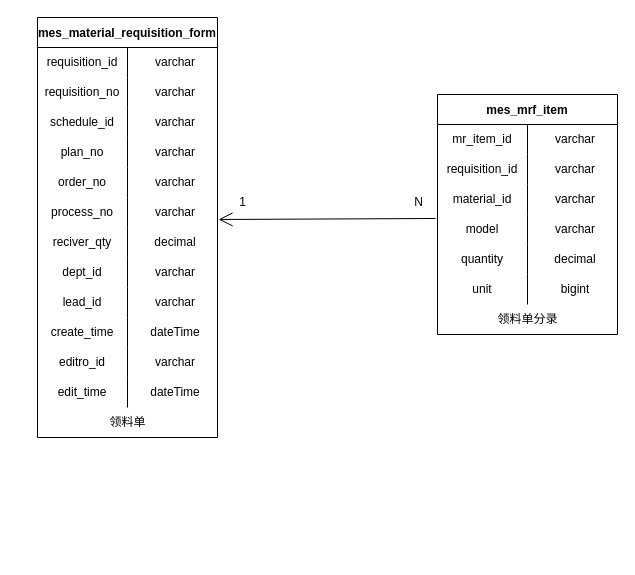
Earlier version of the draw.io diagram page "领料单管理" (3 of 6) of 数据表.drawio (KNAI-I/test). Source tidied: cells renumbered, new cells numbered last; positions are measured from the earlier drawing's top-left corner, leaving out a move shared by most shapes. Both pictures are drawn from the tidied source at 100%, with x=0, y=0 at pixel (37, 17).
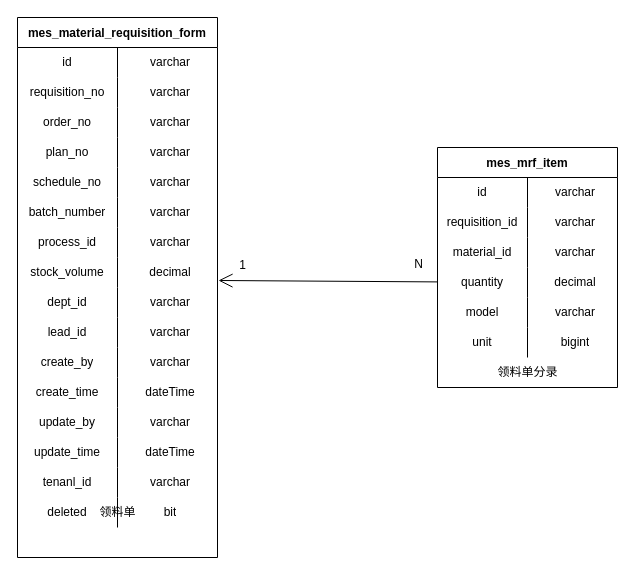
Above is the later version.

Unchanged cells that the change refers to:
```xml
<mxCell id="41" style="shape=tableRow;horizontal=0;startSize=0;swimlaneHead=0;swimlaneBody=0;top=0;left=0;bottom=0;right=0;fillColor=none;" parent="40" vertex="1">
  <mxGeometry y="30" width="180" height="30" as="geometry" />
</mxCell>
```

Diff of the diagram source:
```diff
@@
     <mxCell id="2" value="mes_material_requisition_form" style="shape=table;startSize=30;childLayout=tableLayout;rowLines=0;fontStyle=1;" parent="1" vertex="1">
-      <mxGeometry width="180" height="420" as="geometry" />
+      <mxGeometry x="-20" width="200" height="540" as="geometry" />
     </mxCell>
     <mxCell id="3" style="shape=tableRow;horizontal=0;startSize=0;swimlaneHead=0;swimlaneBody=0;top=0;left=0;bottom=0;right=0;fillColor=none;align=center;" parent="2" vertex="1">
-      <mxGeometry y="30" width="180" height="30" as="geometry" />
+      <mxGeometry y="30" width="200" height="30" as="geometry" />
     </mxCell>
-    <mxCell id="4" value="requisition_id" style="shape=partialRectangle;html=1;whiteSpace=wrap;fillColor=none;top=0;left=0;bottom=0;right=0;overflow=hidden;" parent="3" vertex="1">
-      <mxGeometry width="90" height="30" as="geometry" />
+    <mxCell id="4" value="id" style="shape=partialRectangle;html=1;whiteSpace=wrap;fillColor=none;top=0;left=0;bottom=0;right=0;overflow=hidden;" parent="3" vertex="1">
+      <mxGeometry width="100" height="30" as="geometry" />
     </mxCell>
     <mxCell id="5" value="varchar" style="shape=partialRectangle;html=1;whiteSpace=wrap;fillColor=none;top=0;left=0;bottom=0;right=0;align=center;spacingLeft=6;overflow=hidden;" parent="3" vertex="1">
-      <mxGeometry x="90" width="90" height="30" as="geometry" />
+      <mxGeometry x="100" width="100" height="30" as="geometry" />
     </mxCell>
     <mxCell id="6" style="shape=tableRow;horizontal=0;startSize=0;swimlaneHead=0;swimlaneBody=0;top=0;left=0;bottom=0;right=0;fillColor=none;" parent="2" vertex="1">
-      <mxGeometry y="60" width="180" height="30" as="geometry" />
+      <mxGeometry y="60" width="200" height="30" as="geometry" />
     </mxCell>
     <mxCell id="7" value="requisition_no" style="shape=partialRectangle;html=1;whiteSpace=wrap;fillColor=none;top=0;left=0;bottom=0;right=0;overflow=hidden;" parent="6" vertex="1">
-      <mxGeometry width="90" height="30" as="geometry" />
+      <mxGeometry width="100" height="30" as="geometry" />
     </mxCell>
     <mxCell id="8" value="varchar" style="shape=partialRectangle;html=1;whiteSpace=wrap;fillColor=none;top=0;left=0;bottom=0;right=0;align=center;spacingLeft=6;overflow=hidden;" parent="6" vertex="1">
-      <mxGeometry x="90" width="90" height="30" as="geometry" />
+      <mxGeometry x="100" width="100" height="30" as="geometry" />
     </mxCell>
+    <mxCell id="15" style="shape=tableRow;horizontal=0;startSize=0;swimlaneHead=0;swimlaneBody=0;top=0;left=0;bottom=0;right=0;fillColor=none;" parent="2" vertex="1">
+      <mxGeometry y="90" width="200" height="30" as="geometry" />
+    </mxCell>
+    <mxCell id="16" value="order_no" style="shape=partialRectangle;html=1;whiteSpace=wrap;fillColor=none;top=0;left=0;bottom=0;right=0;overflow=hidden;" parent="15" vertex="1">
+      <mxGeometry width="100" height="30" as="geometry" />
+    </mxCell>
+    <mxCell id="17" value="varchar" style="shape=partialRectangle;html=1;whiteSpace=wrap;fillColor=none;top=0;left=0;bottom=0;right=0;align=center;spacingLeft=6;overflow=hidden;" parent="15" vertex="1">
+      <mxGeometry x="100" width="100" height="30" as="geometry" />
+    </mxCell>
+    <mxCell id="12" style="shape=tableRow;horizontal=0;startSize=0;swimlaneHead=0;swimlaneBody=0;top=0;left=0;bottom=0;right=0;fillColor=none;" parent="2" vertex="1">
+      <mxGeometry y="120" width="200" height="30" as="geometry" />
+    </mxCell>
+    <mxCell id="13" value="plan_no" style="shape=partialRectangle;html=1;whiteSpace=wrap;fillColor=none;top=0;left=0;bottom=0;right=0;overflow=hidden;" parent="12" vertex="1">
+      <mxGeometry width="100" height="30" as="geometry" />
+    </mxCell>
+    <mxCell id="14" value="varchar" style="shape=partialRectangle;html=1;whiteSpace=wrap;fillColor=none;top=0;left=0;bottom=0;right=0;align=center;spacingLeft=6;overflow=hidden;" parent="12" vertex="1">
+      <mxGeometry x="100" width="100" height="30" as="geometry" />
+    </mxCell>
     <mxCell id="9" style="shape=tableRow;horizontal=0;startSize=0;swimlaneHead=0;swimlaneBody=0;top=0;left=0;bottom=0;right=0;fillColor=none;" parent="2" vertex="1">
-      <mxGeometry y="90" width="180" height="30" as="geometry" />
+      <mxGeometry y="150" width="200" height="30" as="geometry" />
     </mxCell>
-    <mxCell id="10" value="schedule_id" style="shape=partialRectangle;html=1;whiteSpace=wrap;fillColor=none;top=0;left=0;bottom=0;right=0;overflow=hidden;" parent="9" vertex="1">
-      <mxGeometry width="90" height="30" as="geometry" />
+    <mxCell id="10" value="schedule_no" style="shape=partialRectangle;html=1;whiteSpace=wrap;fillColor=none;top=0;left=0;bottom=0;right=0;overflow=hidden;" parent="9" vertex="1">
+      <mxGeometry width="100" height="30" as="geometry" />
     </mxCell>
     <mxCell id="11" value="varchar" style="shape=partialRectangle;html=1;whiteSpace=wrap;fillColor=none;top=0;left=0;bottom=0;right=0;align=center;spacingLeft=6;overflow=hidden;" parent="9" vertex="1">
-      <mxGeometry x="90" width="90" height="30" as="geometry" />
+      <mxGeometry x="100" width="100" height="30" as="geometry" />
     </mxCell>
-    <mxCell id="12" style="shape=tableRow;horizontal=0;startSize=0;swimlaneHead=0;swimlaneBody=0;top=0;left=0;bottom=0;right=0;fillColor=none;" parent="2" vertex="1">
-      <mxGeometry y="120" width="180" height="30" as="geometry" />
-    </mxCell>
-    <mxCell id="13" value="plan_no" style="shape=partialRectangle;html=1;whiteSpace=wrap;fillColor=none;top=0;left=0;bottom=0;right=0;overflow=hidden;" parent="12" vertex="1">
-      <mxGeometry width="90" height="30" as="geometry" />
-    </mxCell>
-    <mxCell id="14" value="varchar" style="shape=partialRectangle;html=1;whiteSpace=wrap;fillColor=none;top=0;left=0;bottom=0;right=0;align=center;spacingLeft=6;overflow=hidden;" parent="12" vertex="1">
-      <mxGeometry x="90" width="90" height="30" as="geometry" />
-    </mxCell>
-    <mxCell id="15" style="shape=tableRow;horizontal=0;startSize=0;swimlaneHead=0;swimlaneBody=0;top=0;left=0;bottom=0;right=0;fillColor=none;" parent="2" vertex="1">
-      <mxGeometry y="150" width="180" height="30" as="geometry" />
-    </mxCell>
-    <mxCell id="16" value="order_no" style="shape=partialRectangle;html=1;whiteSpace=wrap;fillColor=none;top=0;left=0;bottom=0;right=0;overflow=hidden;" parent="15" vertex="1">
-      <mxGeometry width="90" height="30" as="geometry" />
-    </mxCell>
-    <mxCell id="17" value="varchar" style="shape=partialRectangle;html=1;whiteSpace=wrap;fillColor=none;top=0;left=0;bottom=0;right=0;align=center;spacingLeft=6;overflow=hidden;" parent="15" vertex="1">
-      <mxGeometry x="90" width="90" height="30" as="geometry" />
-    </mxCell>
+    <mxCell id="63" style="shape=tableRow;horizontal=0;startSize=0;swimlaneHead=0;swimlaneBody=0;top=0;left=0;bottom=0;right=0;fillColor=none;" parent="2" vertex="1">
+      <mxGeometry y="180" width="200" height="30" as="geometry" />
+    </mxCell>
+    <mxCell id="64" value="batch_number" style="shape=partialRectangle;html=1;whiteSpace=wrap;fillColor=none;top=0;left=0;bottom=0;right=0;overflow=hidden;" parent="63" vertex="1">
+      <mxGeometry width="100" height="30" as="geometry" />
+    </mxCell>
+    <mxCell id="65" value="varchar" style="shape=partialRectangle;html=1;whiteSpace=wrap;fillColor=none;top=0;left=0;bottom=0;right=0;align=center;spacingLeft=6;overflow=hidden;" parent="63" vertex="1">
+      <mxGeometry x="100" width="100" height="30" as="geometry" />
+    </mxCell>
     <mxCell id="18" style="shape=tableRow;horizontal=0;startSize=0;swimlaneHead=0;swimlaneBody=0;top=0;left=0;bottom=0;right=0;fillColor=none;points=[[0,0.5],[1,0.5]];portConstraint=eastwest;" parent="2" vertex="1">
-      <mxGeometry y="180" width="180" height="30" as="geometry" />
+      <mxGeometry y="210" width="200" height="30" as="geometry" />
     </mxCell>
-    <mxCell id="19" value="process_no" style="shape=partialRectangle;html=1;whiteSpace=wrap;fillColor=none;top=0;left=0;bottom=0;right=0;overflow=hidden;" parent="18" vertex="1">
-      <mxGeometry width="90" height="30" as="geometry" />
+    <mxCell id="19" value="process_id" style="shape=partialRectangle;html=1;whiteSpace=wrap;fillColor=none;top=0;left=0;bottom=0;right=0;overflow=hidden;" parent="18" vertex="1">
+      <mxGeometry width="100" height="30" as="geometry" />
     </mxCell>
     <mxCell id="20" value="varchar" style="shape=partialRectangle;html=1;whiteSpace=wrap;fillColor=none;top=0;left=0;bottom=0;right=0;align=center;spacingLeft=6;overflow=hidden;" parent="18" vertex="1">
-      <mxGeometry x="90" width="90" height="30" as="geometry" />
+      <mxGeometry x="100" width="100" height="30" as="geometry" />
     </mxCell>
     <mxCell id="21" style="shape=tableRow;horizontal=0;startSize=0;swimlaneHead=0;swimlaneBody=0;top=0;left=0;bottom=0;right=0;fillColor=none;" parent="2" vertex="1">
-      <mxGeometry y="210" width="180" height="30" as="geometry" />
+      <mxGeometry y="240" width="200" height="30" as="geometry" />
     </mxCell>
-    <mxCell id="22" value="reciver_qty" style="shape=partialRectangle;html=1;whiteSpace=wrap;fillColor=none;top=0;left=0;bottom=0;right=0;overflow=hidden;" parent="21" vertex="1">
-      <mxGeometry width="90" height="30" as="geometry" />
+    <mxCell id="22" value="stock_volume" style="shape=partialRectangle;html=1;whiteSpace=wrap;fillColor=none;top=0;left=0;bottom=0;right=0;overflow=hidden;" parent="21" vertex="1">
+      <mxGeometry width="100" height="30" as="geometry" />
     </mxCell>
     <mxCell id="23" value="decimal" style="shape=partialRectangle;html=1;whiteSpace=wrap;fillColor=none;top=0;left=0;bottom=0;right=0;align=center;spacingLeft=6;overflow=hidden;" parent="21" vertex="1">
-      <mxGeometry x="90" width="90" height="30" as="geometry" />
+      <mxGeometry x="100" width="100" height="30" as="geometry" />
     </mxCell>
     <mxCell id="24" style="shape=tableRow;horizontal=0;startSize=0;swimlaneHead=0;swimlaneBody=0;top=0;left=0;bottom=0;right=0;fillColor=none;" parent="2" vertex="1">
-      <mxGeometry y="240" width="180" height="30" as="geometry" />
+      <mxGeometry y="270" width="200" height="30" as="geometry" />
     </mxCell>
     <mxCell id="25" value="dept_id" style="shape=partialRectangle;html=1;whiteSpace=wrap;fillColor=none;top=0;left=0;bottom=0;right=0;overflow=hidden;" parent="24" vertex="1">
-      <mxGeometry width="90" height="30" as="geometry" />
+      <mxGeometry width="100" height="30" as="geometry" />
     </mxCell>
     <mxCell id="26" value="varchar" style="shape=partialRectangle;html=1;whiteSpace=wrap;fillColor=none;top=0;left=0;bottom=0;right=0;align=center;spacingLeft=6;overflow=hidden;" parent="24" vertex="1">
-      <mxGeometry x="90" width="90" height="30" as="geometry" />
+      <mxGeometry x="100" width="100" height="30" as="geometry" />
     </mxCell>
     <mxCell id="27" style="shape=tableRow;horizontal=0;startSize=0;swimlaneHead=0;swimlaneBody=0;top=0;left=0;bottom=0;right=0;fillColor=none;" parent="2" vertex="1">
-      <mxGeometry y="270" width="180" height="30" as="geometry" />
+      <mxGeometry y="300" width="200" height="30" as="geometry" />
     </mxCell>
     <mxCell id="28" value="lead_id" style="shape=partialRectangle;html=1;whiteSpace=wrap;fillColor=none;top=0;left=0;bottom=0;right=0;overflow=hidden;" parent="27" vertex="1">
-      <mxGeometry width="90" height="30" as="geometry" />
+      <mxGeometry width="100" height="30" as="geometry" />
     </mxCell>
     <mxCell id="29" value="varchar" style="shape=partialRectangle;html=1;whiteSpace=wrap;fillColor=none;top=0;left=0;bottom=0;right=0;align=center;spacingLeft=6;overflow=hidden;" parent="27" vertex="1">
-      <mxGeometry x="90" width="90" height="30" as="geometry" />
+      <mxGeometry x="100" width="100" height="30" as="geometry" />
     </mxCell>
+    <mxCell id="66" style="shape=tableRow;horizontal=0;startSize=0;swimlaneHead=0;swimlaneBody=0;top=0;left=0;bottom=0;right=0;fillColor=none;" parent="2" vertex="1">
+      <mxGeometry y="330" width="200" height="30" as="geometry" />
+    </mxCell>
+    <mxCell id="67" value="create_by" style="shape=partialRectangle;html=1;whiteSpace=wrap;fillColor=none;top=0;left=0;bottom=0;right=0;overflow=hidden;" parent="66" vertex="1">
+      <mxGeometry width="100" height="30" as="geometry" />
+    </mxCell>
+    <mxCell id="68" value="varchar" style="shape=partialRectangle;html=1;whiteSpace=wrap;fillColor=none;top=0;left=0;bottom=0;right=0;align=center;spacingLeft=6;overflow=hidden;" parent="66" vertex="1">
+      <mxGeometry x="100" width="100" height="30" as="geometry" />
+    </mxCell>
     <mxCell id="30" style="shape=tableRow;horizontal=0;startSize=0;swimlaneHead=0;swimlaneBody=0;top=0;left=0;bottom=0;right=0;fillColor=none;" parent="2" vertex="1">
-      <mxGeometry y="300" width="180" height="30" as="geometry" />
+      <mxGeometry y="360" width="200" height="30" as="geometry" />
     </mxCell>
     <mxCell id="31" value="create_time" style="shape=partialRectangle;html=1;whiteSpace=wrap;fillColor=none;top=0;left=0;bottom=0;right=0;overflow=hidden;" parent="30" vertex="1">
-      <mxGeometry width="90" height="30" as="geometry" />
+      <mxGeometry width="100" height="30" as="geometry" />
     </mxCell>
     <mxCell id="32" value="dateTime" style="shape=partialRectangle;html=1;whiteSpace=wrap;fillColor=none;top=0;left=0;bottom=0;right=0;align=center;spacingLeft=6;overflow=hidden;" parent="30" vertex="1">
-      <mxGeometry x="90" width="90" height="30" as="geometry" />
+      <mxGeometry x="100" width="100" height="30" as="geometry" />
     </mxCell>
     <mxCell id="33" style="shape=tableRow;horizontal=0;startSize=0;swimlaneHead=0;swimlaneBody=0;top=0;left=0;bottom=0;right=0;fillColor=none;" parent="2" vertex="1">
-      <mxGeometry y="330" width="180" height="30" as="geometry" />
+      <mxGeometry y="390" width="200" height="30" as="geometry" />
     </mxCell>
-    <mxCell id="34" value="editro_id" style="shape=partialRectangle;html=1;whiteSpace=wrap;fillColor=none;top=0;left=0;bottom=0;right=0;overflow=hidden;" parent="33" vertex="1">
-      <mxGeometry width="90" height="30" as="geometry" />
+    <mxCell id="34" value="update_by" style="shape=partialRectangle;html=1;whiteSpace=wrap;fillColor=none;top=0;left=0;bottom=0;right=0;overflow=hidden;" parent="33" vertex="1">
+      <mxGeometry width="100" height="30" as="geometry" />
     </mxCell>
     <mxCell id="35" value="varchar" style="shape=partialRectangle;html=1;whiteSpace=wrap;fillColor=none;top=0;left=0;bottom=0;right=0;align=center;spacingLeft=6;overflow=hidden;" parent="33" vertex="1">
-      <mxGeometry x="90" width="90" height="30" as="geometry" />
+      <mxGeometry x="100" width="100" height="30" as="geometry" />
     </mxCell>
     <mxCell id="36" style="shape=tableRow;horizontal=0;startSize=0;swimlaneHead=0;swimlaneBody=0;top=0;left=0;bottom=0;right=0;fillColor=none;" parent="2" vertex="1">
-      <mxGeometry y="360" width="180" height="30" as="geometry" />
+      <mxGeometry y="420" width="200" height="30" as="geometry" />
     </mxCell>
-    <mxCell id="37" value="edit_time" style="shape=partialRectangle;html=1;whiteSpace=wrap;fillColor=none;top=0;left=0;bottom=0;right=0;overflow=hidden;" parent="36" vertex="1">
-      <mxGeometry width="90" height="30" as="geometry" />
+    <mxCell id="37" value="update_time" style="shape=partialRectangle;html=1;whiteSpace=wrap;fillColor=none;top=0;left=0;bottom=0;right=0;overflow=hidden;" parent="36" vertex="1">
+      <mxGeometry width="100" height="30" as="geometry" />
     </mxCell>
     <mxCell id="38" value="dateTime" style="shape=partialRectangle;html=1;whiteSpace=wrap;fillColor=none;top=0;left=0;bottom=0;right=0;align=center;spacingLeft=6;overflow=hidden;" parent="36" vertex="1">
-      <mxGeometry x="90" width="90" height="30" as="geometry" />
+      <mxGeometry x="100" width="100" height="30" as="geometry" />
     </mxCell>
+    <mxCell id="69" style="shape=tableRow;horizontal=0;startSize=0;swimlaneHead=0;swimlaneBody=0;top=0;left=0;bottom=0;right=0;fillColor=none;" parent="2" vertex="1">
+      <mxGeometry y="450" width="200" height="30" as="geometry" />
+    </mxCell>
+    <mxCell id="70" value="tenanl_id" style="shape=partialRectangle;html=1;whiteSpace=wrap;fillColor=none;top=0;left=0;bottom=0;right=0;overflow=hidden;" parent="69" vertex="1">
+      <mxGeometry width="100" height="30" as="geometry" />
+    </mxCell>
+    <mxCell id="71" value="varchar" style="shape=partialRectangle;html=1;whiteSpace=wrap;fillColor=none;top=0;left=0;bottom=0;right=0;align=center;spacingLeft=6;overflow=hidden;" parent="69" vertex="1">
+      <mxGeometry x="100" width="100" height="30" as="geometry" />
+    </mxCell>
+    <mxCell id="72" style="shape=tableRow;horizontal=0;startSize=0;swimlaneHead=0;swimlaneBody=0;top=0;left=0;bottom=0;right=0;fillColor=none;" parent="2" vertex="1">
+      <mxGeometry y="480" width="200" height="30" as="geometry" />
+    </mxCell>
+    <mxCell id="73" value="deleted" style="shape=partialRectangle;html=1;whiteSpace=wrap;fillColor=none;top=0;left=0;bottom=0;right=0;overflow=hidden;" parent="72" vertex="1">
+      <mxGeometry width="100" height="30" as="geometry" />
+    </mxCell>
+    <mxCell id="74" value="bit" style="shape=partialRectangle;html=1;whiteSpace=wrap;fillColor=none;top=0;left=0;bottom=0;right=0;align=center;spacingLeft=6;overflow=hidden;" parent="72" vertex="1">
+      <mxGeometry x="100" width="100" height="30" as="geometry" />
+    </mxCell>
     <mxCell id="39" value="领料单" style="text;html=1;align=center;verticalAlign=middle;strokeColor=none;fillColor=none;" parent="1" vertex="1">
-      <mxGeometry x="60" y="390" width="60" height="30" as="geometry" />
+      <mxGeometry x="50" y="480" width="60" height="30" as="geometry" />
     </mxCell>
     <mxCell id="40" value="mes_mrf_item" style="shape=table;startSize=30;childLayout=tableLayout;rowLines=0;fontStyle=1;" parent="1" vertex="1">
-      <mxGeometry x="400" y="77" width="180" height="240" as="geometry" />
+      <mxGeometry x="400" y="130" width="180" height="240" as="geometry" />
     </mxCell>
@@
-    <mxCell id="42" value="mr_item_id" style="shape=partialRectangle;html=1;whiteSpace=wrap;fillColor=none;top=0;left=0;bottom=0;right=0;overflow=hidden;" parent="41" vertex="1">
+    <mxCell id="42" value="id" style="shape=partialRectangle;html=1;whiteSpace=wrap;fillColor=none;top=0;left=0;bottom=0;right=0;overflow=hidden;" parent="41" vertex="1">
       <mxGeometry width="90" height="30" as="geometry" />
     </mxCell>
@@
+    <mxCell id="53" style="shape=tableRow;horizontal=0;startSize=0;swimlaneHead=0;swimlaneBody=0;top=0;left=0;bottom=0;right=0;fillColor=none;points=[[0,0.5],[1,0.5]];portConstraint=eastwest;" parent="40" vertex="1">
+      <mxGeometry y="120" width="180" height="30" as="geometry" />
+    </mxCell>
+    <mxCell id="54" value="quantity" style="shape=partialRectangle;html=1;whiteSpace=wrap;fillColor=none;top=0;left=0;bottom=0;right=0;overflow=hidden;" parent="53" vertex="1">
+      <mxGeometry width="90" height="30" as="geometry" />
+    </mxCell>
+    <mxCell id="55" value="decimal" style="shape=partialRectangle;html=1;whiteSpace=wrap;fillColor=none;top=0;left=0;bottom=0;right=0;align=center;spacingLeft=6;overflow=hidden;" parent="53" vertex="1">
+      <mxGeometry x="90" width="90" height="30" as="geometry" />
+    </mxCell>
     <mxCell id="50" style="shape=tableRow;horizontal=0;startSize=0;swimlaneHead=0;swimlaneBody=0;top=0;left=0;bottom=0;right=0;fillColor=none;points=[[0,0.5],[1,0.5]];portConstraint=eastwest;" parent="40" vertex="1">
-      <mxGeometry y="120" width="180" height="30" as="geometry" />
+      <mxGeometry y="150" width="180" height="30" as="geometry" />
     </mxCell>
@@
-    <mxCell id="53" style="shape=tableRow;horizontal=0;startSize=0;swimlaneHead=0;swimlaneBody=0;top=0;left=0;bottom=0;right=0;fillColor=none;points=[[0,0.5],[1,0.5]];portConstraint=eastwest;" parent="40" vertex="1">
-      <mxGeometry y="150" width="180" height="30" as="geometry" />
-    </mxCell>
-    <mxCell id="54" value="quantity" style="shape=partialRectangle;html=1;whiteSpace=wrap;fillColor=none;top=0;left=0;bottom=0;right=0;overflow=hidden;" parent="53" vertex="1">
-      <mxGeometry width="90" height="30" as="geometry" />
-    </mxCell>
-    <mxCell id="55" value="decimal" style="shape=partialRectangle;html=1;whiteSpace=wrap;fillColor=none;top=0;left=0;bottom=0;right=0;align=center;spacingLeft=6;overflow=hidden;" parent="53" vertex="1">
-      <mxGeometry x="90" width="90" height="30" as="geometry" />
-    </mxCell>
@@
     <mxCell id="59" value="领料单分录" style="text;html=1;align=center;verticalAlign=middle;strokeColor=none;fillColor=none;" parent="1" vertex="1">
-      <mxGeometry x="450" y="287" width="80" height="30" as="geometry" />
+      <mxGeometry x="450" y="340" width="80" height="30" as="geometry" />
     </mxCell>
-    <mxCell id="60" style="endArrow=open;endFill=1;endSize=12;html=1;rounded=0;exitX=-0.011;exitY=0.133;exitDx=0;exitDy=0;exitPerimeter=0;entryX=1.006;entryY=0.733;entryDx=0;entryDy=0;entryPerimeter=0;" parent="1" edge="1" source="50" target="18">
-      <mxGeometry relative="1" as="geometry" />
+    <mxCell id="60" style="endArrow=open;endFill=1;endSize=12;html=1;rounded=0;entryX=1.005;entryY=0;entryDx=0;entryDy=0;entryPerimeter=0;" parent="1" edge="1" source="53">
+      <mxGeometry relative="1" as="geometry">
+        <mxPoint x="181" y="263" as="targetPoint" />
+      </mxGeometry>
     </mxCell>
     <mxCell id="61" value="1" style="text;html=1;align=center;verticalAlign=middle;strokeColor=none;fillColor=none;" parent="1" vertex="1">
-      <mxGeometry x="190" y="170" width="30" height="30" as="geometry" />
+      <mxGeometry x="190" y="233" width="30" height="30" as="geometry" />
     </mxCell>
     <mxCell id="62" value="N" style="text;html=1;align=center;verticalAlign=middle;strokeColor=none;fillColor=none;" parent="1" vertex="1">
-      <mxGeometry x="366" y="170" width="30" height="30" as="geometry" />
+      <mxGeometry x="366" y="232" width="30" height="30" as="geometry" />
     </mxCell>
```
